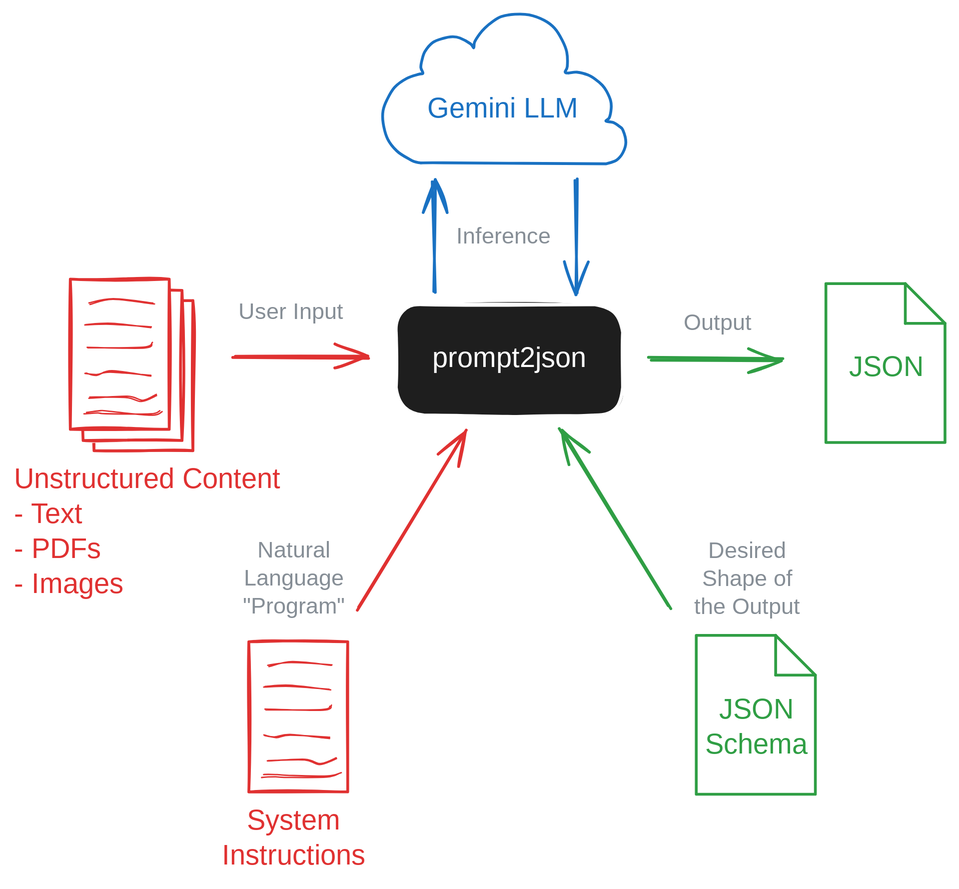
Earlier version of the Excalidraw export docs/diagram.svg (UnitVectorY-Labs/prompt2json). Source tidied: one line per element, renumbered; positions are measured from the earlier drawing's top-left corner, leaving out a move shared by most shapes. Its diagram source:
```json
{"id": 0, "type": "rectangle", "strokeColor": "#ffffff", "backgroundColor": "#1e1e1e", "fillStyle": "solid", "strokeWidth": 2, "roughness": 1, "round": true, "x": 273, "y": 208, "width": 162, "height": 79}
{"id": 1, "type": "text", "text": "prompt2json", "strokeColor": "#ffffff", "strokeWidth": 2, "roughness": 1, "fontSize": 20, "fontFamily": 5, "textAlign": "center", "verticalAlign": "middle", "inside": 0, "x": 294, "y": 234, "width": 120, "height": 25}
{"id": 2, "type": "rectangle", "strokeColor": "#e03131", "backgroundColor": "#fff", "fillStyle": "solid", "strokeWidth": 2, "roughness": 1, "x": 57, "y": 204, "width": 71, "height": 107}
{"id": 3, "type": "rectangle", "strokeColor": "#e03131", "backgroundColor": "#fff", "fillStyle": "solid", "strokeWidth": 2, "roughness": 1, "x": 49, "y": 197, "width": 71, "height": 107}
{"id": 4, "type": "rectangle", "strokeColor": "#e03131", "backgroundColor": "#fff", "fillStyle": "solid", "strokeWidth": 2, "roughness": 1, "x": 40, "y": 189, "width": 71, "height": 107}
{"id": 5, "type": "line", "strokeColor": "#e03131", "backgroundColor": "#fff", "fillStyle": "solid", "strokeWidth": 1, "roughness": 1, "round": true, "x": 52, "y": 238, "width": 47, "height": 3, "points": [[0, 0], [40, 0], [47, -3]]}
{"id": 6, "type": "line", "strokeColor": "#e03131", "backgroundColor": "#fff", "fillStyle": "solid", "strokeWidth": 1, "roughness": 1, "round": true, "x": 54, "y": 206, "width": 46, "height": 3, "points": [[0, 0], [17, -3], [46, 0]]}
{"id": 7, "type": "line", "strokeColor": "#e03131", "backgroundColor": "#fff", "fillStyle": "solid", "strokeWidth": 1, "roughness": 1, "round": true, "x": 54, "y": 274, "width": 48, "height": 4, "points": [[0, 0], [26, 0], [38, 2], [48, -2]]}
{"id": 8, "type": "line", "strokeColor": "#e03131", "backgroundColor": "#fff", "fillStyle": "solid", "strokeWidth": 1, "roughness": 1, "round": true, "x": 51, "y": 285, "width": 54, "height": 3, "points": [[0, 0], [10, -1], [16, -1], [46, 1], [54, -2]]}
{"id": 9, "type": "line", "strokeColor": "#e03131", "backgroundColor": "#fff", "fillStyle": "solid", "strokeWidth": 1, "roughness": 1, "round": true, "x": 51, "y": 222, "width": 47, "height": 2, "points": [[0, 0], [18, -1], [47, 2]]}
{"id": 10, "type": "line", "strokeColor": "#e03131", "backgroundColor": "#fff", "fillStyle": "solid", "strokeWidth": 1, "roughness": 1, "round": true, "x": 51, "y": 256, "width": 47, "height": 2, "points": [[0, 0], [8, 1], [18, -1], [47, 2]]}
{"id": 11, "type": "arrow", "strokeColor": "#e03131", "backgroundColor": "#1e1e1e", "fillStyle": "solid", "strokeWidth": 2, "roughness": 1, "endArrowhead": "arrow", "round": true, "x": 157, "y": 245, "width": 96, "height": 0, "points": [[0, 0], [96, 0]]}
{"id": 12, "type": "text", "text": "Unstructured Content\n- Text\n- PDFs\n- Images", "strokeColor": "#e03131", "backgroundColor": "#1e1e1e", "fillStyle": "solid", "strokeWidth": 2, "roughness": 1, "fontSize": 20, "fontFamily": 5, "x": 0, "y": 321, "width": 215, "height": 100}
{"id": 13, "type": "rectangle", "strokeColor": "#e03131", "backgroundColor": "#fff", "fillStyle": "solid", "strokeWidth": 2, "roughness": 1, "x": 168, "y": 448, "width": 71, "height": 107}
{"id": 14, "type": "line", "strokeColor": "#e03131", "backgroundColor": "#fff", "fillStyle": "solid", "strokeWidth": 1, "roughness": 1, "round": true, "x": 180, "y": 497, "width": 47, "height": 3, "points": [[0, 0], [40, 0], [47, -3]]}
{"id": 15, "type": "line", "strokeColor": "#e03131", "backgroundColor": "#fff", "fillStyle": "solid", "strokeWidth": 1, "roughness": 1, "round": true, "x": 182, "y": 465, "width": 46, "height": 3, "points": [[0, 0], [17, -3], [46, 0]]}
{"id": 16, "type": "line", "strokeColor": "#e03131", "backgroundColor": "#fff", "fillStyle": "solid", "strokeWidth": 1, "roughness": 1, "round": true, "x": 182, "y": 533, "width": 48, "height": 4, "points": [[0, 0], [26, 0], [38, 2], [48, -2]]}
{"id": 17, "type": "line", "strokeColor": "#e03131", "backgroundColor": "#fff", "fillStyle": "solid", "strokeWidth": 1, "roughness": 1, "round": true, "x": 178, "y": 544, "width": 54, "height": 3, "points": [[0, 0], [10, -1], [16, -1], [46, 1], [54, -2]]}
{"id": 18, "type": "line", "strokeColor": "#e03131", "backgroundColor": "#fff", "fillStyle": "solid", "strokeWidth": 1, "roughness": 1, "round": true, "x": 179, "y": 481, "width": 47, "height": 2, "points": [[0, 0], [18, -1], [47, 2]]}
{"id": 19, "type": "line", "strokeColor": "#e03131", "backgroundColor": "#fff", "fillStyle": "solid", "strokeWidth": 1, "roughness": 1, "round": true, "x": 179, "y": 515, "width": 47, "height": 2, "points": [[0, 0], [8, 1], [18, -1], [47, 2]]}
{"id": 20, "type": "text", "text": "System\nInstructions", "strokeColor": "#e03131", "backgroundColor": "#1e1e1e", "fillStyle": "solid", "strokeWidth": 2, "roughness": 1, "fontSize": 20, "fontFamily": 5, "textAlign": "center", "x": 133, "y": 565, "width": 133, "height": 50}
{"id": 21, "type": "arrow", "strokeColor": "#e03131", "backgroundColor": "#1e1e1e", "fillStyle": "solid", "strokeWidth": 2, "roughness": 1, "endArrowhead": "arrow", "round": true, "to": 0, "x": 245, "y": 424, "width": 77, "height": 127, "points": [[0, 0], [77, -127]]}
{"id": 22, "type": "line", "strokeColor": "#2f9e44", "backgroundColor": "#fff", "fillStyle": "solid", "strokeWidth": 2, "roughness": 0, "x": 580, "y": 192, "width": 85, "height": 113, "points": [[0, 0], [57, 0], [85, 28], [85, 113], [0, 113], [0, 0]]}
{"id": 23, "type": "line", "strokeColor": "#2f9e44", "backgroundColor": "#fff", "fillStyle": "solid", "strokeWidth": 2, "roughness": 0, "x": 637, "y": 192, "width": 0, "height": 28, "points": [[0, 0], [0, 28]]}
{"id": 24, "type": "line", "strokeColor": "#2f9e44", "backgroundColor": "#fff", "fillStyle": "solid", "strokeWidth": 2, "roughness": 0, "x": 637, "y": 221, "width": 28, "height": 0, "points": [[0, 0], [28, 0]]}
{"id": 25, "type": "rectangle", "strokeColor": "transparent", "strokeWidth": 2, "roughness": 0, "x": 580, "y": 193, "width": 60, "height": 80}
{"id": 26, "type": "text", "text": "JSON", "strokeColor": "#2f9e44", "backgroundColor": "#1e1e1e", "fillStyle": "solid", "strokeWidth": 2, "roughness": 1, "fontSize": 20, "fontFamily": 5, "x": 597, "y": 241, "width": 51, "height": 25}
{"id": 27, "type": "line", "strokeColor": "#2f9e44", "backgroundColor": "#fff", "fillStyle": "solid", "strokeWidth": 2, "roughness": 0, "x": 488, "y": 444, "width": 85, "height": 113, "points": [[0, 0], [57, 0], [85, 28], [85, 113], [0, 113], [0, 0]]}
{"id": 28, "type": "line", "strokeColor": "#2f9e44", "backgroundColor": "#fff", "fillStyle": "solid", "strokeWidth": 2, "roughness": 0, "x": 544, "y": 444, "width": 0, "height": 28, "points": [[0, 0], [0, 28]]}
{"id": 29, "type": "line", "strokeColor": "#2f9e44", "backgroundColor": "#fff", "fillStyle": "solid", "strokeWidth": 2, "roughness": 0, "x": 544, "y": 472, "width": 28, "height": 0, "points": [[0, 0], [28, 0]]}
{"id": 30, "type": "rectangle", "strokeColor": "transparent", "strokeWidth": 2, "roughness": 0, "x": 488, "y": 444, "width": 60, "height": 80}
{"id": 31, "type": "text", "text": "JSON\nSchema", "strokeColor": "#2f9e44", "backgroundColor": "#1e1e1e", "fillStyle": "solid", "strokeWidth": 2, "roughness": 1, "fontSize": 20, "fontFamily": 5, "textAlign": "center", "x": 496, "y": 485, "width": 69, "height": 50}
{"id": 32, "type": "arrow", "strokeColor": "#2f9e44", "backgroundColor": "#1e1e1e", "fillStyle": "solid", "strokeWidth": 2, "roughness": 1, "endArrowhead": "arrow", "round": true, "x": 468, "y": 423, "width": 77, "height": 127, "points": [[0, 0], [-77, -127]]}
{"id": 33, "type": "arrow", "strokeColor": "#2f9e44", "backgroundColor": "#1e1e1e", "fillStyle": "solid", "strokeWidth": 2, "roughness": 1, "endArrowhead": "arrow", "round": true, "x": 454, "y": 246, "width": 96, "height": 0, "points": [[0, 0], [96, 0]]}
{"id": 34, "type": "line", "strokeColor": "#1971c2", "backgroundColor": "#ffffff", "fillStyle": "solid", "strokeWidth": 2, "roughness": 0, "round": true, "x": 423, "y": 107, "width": 174, "height": 107, "points": [[0, 0], [7, -3], [12, -8], [14, -15], [12, -24], [9, -27], [5, -30], [0, -31], [2, -33], [4, -39], [3, -45], [0, -52], [-3, -56], [-8, -60], [-13, -63], [-21, -65], [-27, -65], [-29, -66], [-28, -70], [-28, -80], [-31, -88], [-37, -97], [-44, -103], [-55, -106], [-65, -107], [-75, -105], [-81, -101], [-87, -97], [-90, -93], [-94, -87], [-95, -83], [-97, -86], [-104, -90], [-110, -91], [-116, -90], [-124, -87], [-129, -80], [-132, -74], [-132, -69], [-131, -65], [-134, -64], [-142, -61], [-151, -55], [-157, -46], [-159, -38], [-159, -29], [-156, -18], [-150, -9], [-142, -4], [-134, -1], [-116, -1], [0, 0]]}
{"id": 35, "type": "text", "text": "Gemini LLM", "strokeColor": "#1971c2", "strokeWidth": 2, "roughness": 1, "fontSize": 20, "fontFamily": 5, "textAlign": "center", "x": 297, "y": 56, "width": 105, "height": 25}
{"id": 36, "type": "arrow", "strokeColor": "#1971c2", "strokeWidth": 2, "roughness": 1, "endArrowhead": "arrow", "round": true, "x": 300, "y": 198, "width": 0, "height": 79, "points": [[0, 0], [0, -79]]}
{"id": 37, "type": "arrow", "strokeColor": "#1971c2", "strokeWidth": 2, "roughness": 1, "endArrowhead": "arrow", "round": true, "x": 402, "y": 119, "width": 0, "height": 80, "points": [[0, 0], [0, 80]]}
{"id": 38, "type": "text", "text": "User Input", "strokeColor": "#868e96", "strokeWidth": 2, "roughness": 1, "fontSize": 16, "fontFamily": 5, "textAlign": "center", "x": 155, "y": 204, "width": 85, "height": 20}
{"id": 39, "type": "text", "text": "Natural\nLanguage\n\"Program\"", "strokeColor": "#868e96", "strokeWidth": 2, "roughness": 1, "fontSize": 16, "fontFamily": 5, "textAlign": "center", "x": 147, "y": 374, "width": 106, "height": 60}
{"id": 40, "type": "text", "text": "Desired\nShape of\nthe Output", "strokeColor": "#868e96", "strokeWidth": 2, "roughness": 1, "fontSize": 16, "fontFamily": 5, "textAlign": "center", "x": 476, "y": 374, "width": 95, "height": 60}
{"id": 41, "type": "text", "text": "Output", "strokeColor": "#868e96", "strokeWidth": 2, "roughness": 1, "fontSize": 16, "fontFamily": 5, "textAlign": "center", "x": 450, "y": 211, "width": 106, "height": 20}
{"id": 42, "type": "text", "text": "Inference", "strokeColor": "#868e96", "strokeWidth": 2, "roughness": 1, "fontSize": 16, "fontFamily": 5, "textAlign": "center", "x": 297, "y": 150, "width": 106, "height": 20}
```
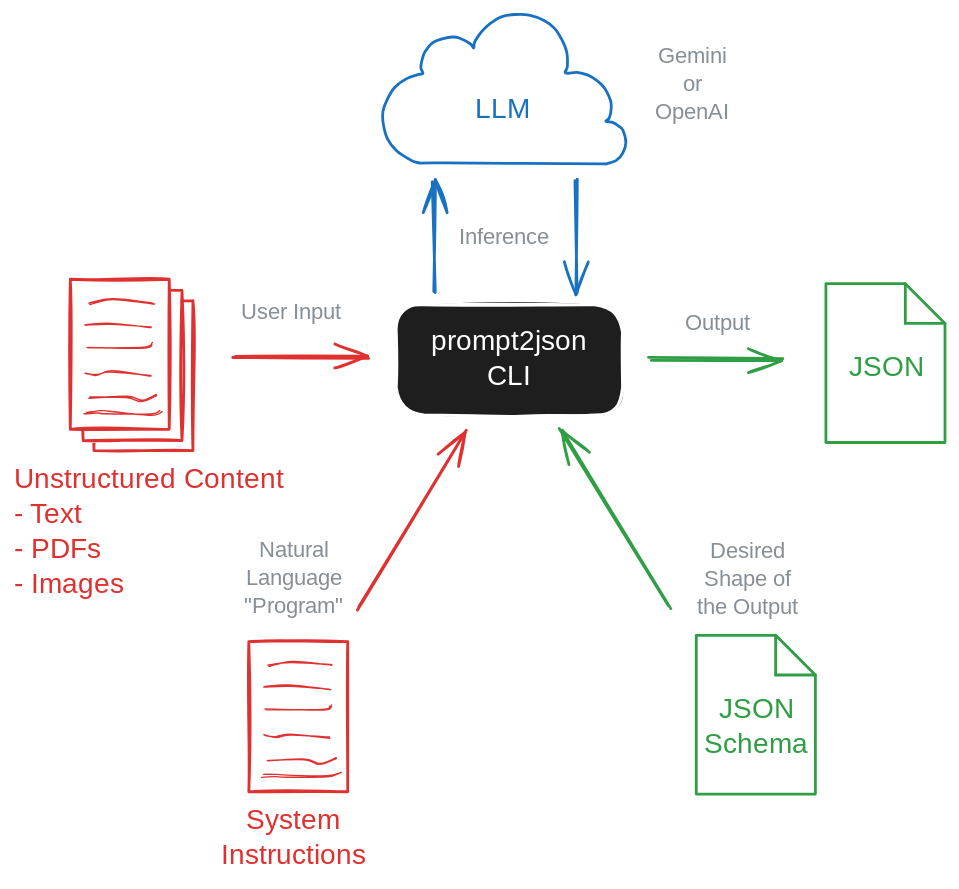
Later version of the same file.

Commit message:
Enhance attachment support for OpenAI and Gemini providers

The edit, as a diff of the source:
```diff
@@ -1,5 +1,5 @@
 {"id": 0, "type": "rectangle", "strokeColor": "#ffffff", "backgroundColor": "#1e1e1e", "fillStyle": "solid", "strokeWidth": 2, "roughness": 1, "round": true, "x": 273, "y": 208, "width": 162, "height": 79}
-{"id": 1, "type": "text", "text": "prompt2json", "strokeColor": "#ffffff", "strokeWidth": 2, "roughness": 1, "fontSize": 20, "fontFamily": 5, "textAlign": "center", "verticalAlign": "middle", "inside": 0, "x": 294, "y": 234, "width": 120, "height": 25}
+{"id": 1, "type": "text", "text": "prompt2json\nCLI", "strokeColor": "#ffffff", "strokeWidth": 2, "roughness": 1, "fontSize": 20, "fontFamily": 5, "textAlign": "center", "verticalAlign": "middle", "inside": 0, "x": 294, "y": 222, "width": 120, "height": 50}
 {"id": 2, "type": "rectangle", "strokeColor": "#e03131", "backgroundColor": "#fff", "fillStyle": "solid", "strokeWidth": 2, "roughness": 1, "x": 57, "y": 204, "width": 71, "height": 107}
 {"id": 3, "type": "rectangle", "strokeColor": "#e03131", "backgroundColor": "#fff", "fillStyle": "solid", "strokeWidth": 2, "roughness": 1, "x": 49, "y": 197, "width": 71, "height": 107}
 {"id": 4, "type": "rectangle", "strokeColor": "#e03131", "backgroundColor": "#fff", "fillStyle": "solid", "strokeWidth": 2, "roughness": 1, "x": 40, "y": 189, "width": 71, "height": 107}
@@ -33,7 +33,7 @@
 {"id": 32, "type": "arrow", "strokeColor": "#2f9e44", "backgroundColor": "#1e1e1e", "fillStyle": "solid", "strokeWidth": 2, "roughness": 1, "endArrowhead": "arrow", "round": true, "x": 468, "y": 423, "width": 77, "height": 127, "points": [[0, 0], [-77, -127]]}
 {"id": 33, "type": "arrow", "strokeColor": "#2f9e44", "backgroundColor": "#1e1e1e", "fillStyle": "solid", "strokeWidth": 2, "roughness": 1, "endArrowhead": "arrow", "round": true, "x": 454, "y": 246, "width": 96, "height": 0, "points": [[0, 0], [96, 0]]}
 {"id": 34, "type": "line", "strokeColor": "#1971c2", "backgroundColor": "#ffffff", "fillStyle": "solid", "strokeWidth": 2, "roughness": 0, "round": true, "x": 423, "y": 107, "width": 174, "height": 107, "points": [[0, 0], [7, -3], [12, -8], [14, -15], [12, -24], [9, -27], [5, -30], [0, -31], [2, -33], [4, -39], [3, -45], [0, -52], [-3, -56], [-8, -60], [-13, -63], [-21, -65], [-27, -65], [-29, -66], [-28, -70], [-28, -80], [-31, -88], [-37, -97], [-44, -103], [-55, -106], [-65, -107], [-75, -105], [-81, -101], [-87, -97], [-90, -93], [-94, -87], [-95, -83], [-97, -86], [-104, -90], [-110, -91], [-116, -90], [-124, -87], [-129, -80], [-132, -74], [-132, -69], [-131, -65], [-134, -64], [-142, -61], [-151, -55], [-157, -46], [-159, -38], [-159, -29], [-156, -18], [-150, -9], [-142, -4], [-134, -1], [-116, -1], [0, 0]]}
-{"id": 35, "type": "text", "text": "Gemini LLM", "strokeColor": "#1971c2", "strokeWidth": 2, "roughness": 1, "fontSize": 20, "fontFamily": 5, "textAlign": "center", "x": 297, "y": 56, "width": 105, "height": 25}
+{"id": 35, "type": "text", "text": "LLM", "strokeColor": "#1971c2", "strokeWidth": 2, "roughness": 1, "fontSize": 20, "fontFamily": 5, "textAlign": "center", "x": 331, "y": 56, "width": 37, "height": 25}
 {"id": 36, "type": "arrow", "strokeColor": "#1971c2", "strokeWidth": 2, "roughness": 1, "endArrowhead": "arrow", "round": true, "x": 300, "y": 198, "width": 0, "height": 79, "points": [[0, 0], [0, -79]]}
 {"id": 37, "type": "arrow", "strokeColor": "#1971c2", "strokeWidth": 2, "roughness": 1, "endArrowhead": "arrow", "round": true, "x": 402, "y": 119, "width": 0, "height": 80, "points": [[0, 0], [0, 80]]}
 {"id": 38, "type": "text", "text": "User Input", "strokeColor": "#868e96", "strokeWidth": 2, "roughness": 1, "fontSize": 16, "fontFamily": 5, "textAlign": "center", "x": 155, "y": 204, "width": 85, "height": 20}
@@ -41,3 +41,4 @@
 {"id": 40, "type": "text", "text": "Desired\nShape of\nthe Output", "strokeColor": "#868e96", "strokeWidth": 2, "roughness": 1, "fontSize": 16, "fontFamily": 5, "textAlign": "center", "x": 476, "y": 374, "width": 95, "height": 60}
 {"id": 41, "type": "text", "text": "Output", "strokeColor": "#868e96", "strokeWidth": 2, "roughness": 1, "fontSize": 16, "fontFamily": 5, "textAlign": "center", "x": 450, "y": 211, "width": 106, "height": 20}
 {"id": 42, "type": "text", "text": "Inference", "strokeColor": "#868e96", "strokeWidth": 2, "roughness": 1, "fontSize": 16, "fontFamily": 5, "textAlign": "center", "x": 297, "y": 150, "width": 106, "height": 20}
+{"id": 43, "type": "text", "text": "Gemini\nor\nOpenAI", "strokeColor": "#868e96", "strokeWidth": 2, "roughness": 1, "fontSize": 16, "fontFamily": 5, "textAlign": "center", "x": 456, "y": 20, "width": 57, "height": 60}
```
